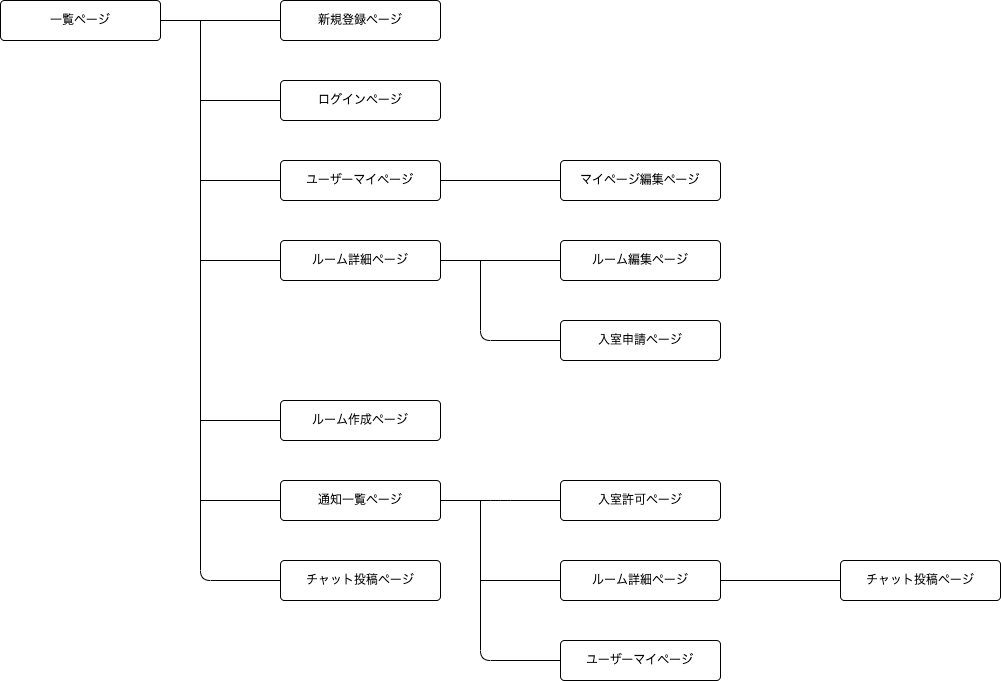
mocchio/esco keeps this draw.io diagram as esco_screen_transition.png. Above is the earlier version. Source tidied: cells renumbered, new cells last; positions are measured from the earlier drawing's top-left corner, leaving out a move shared by most shapes.
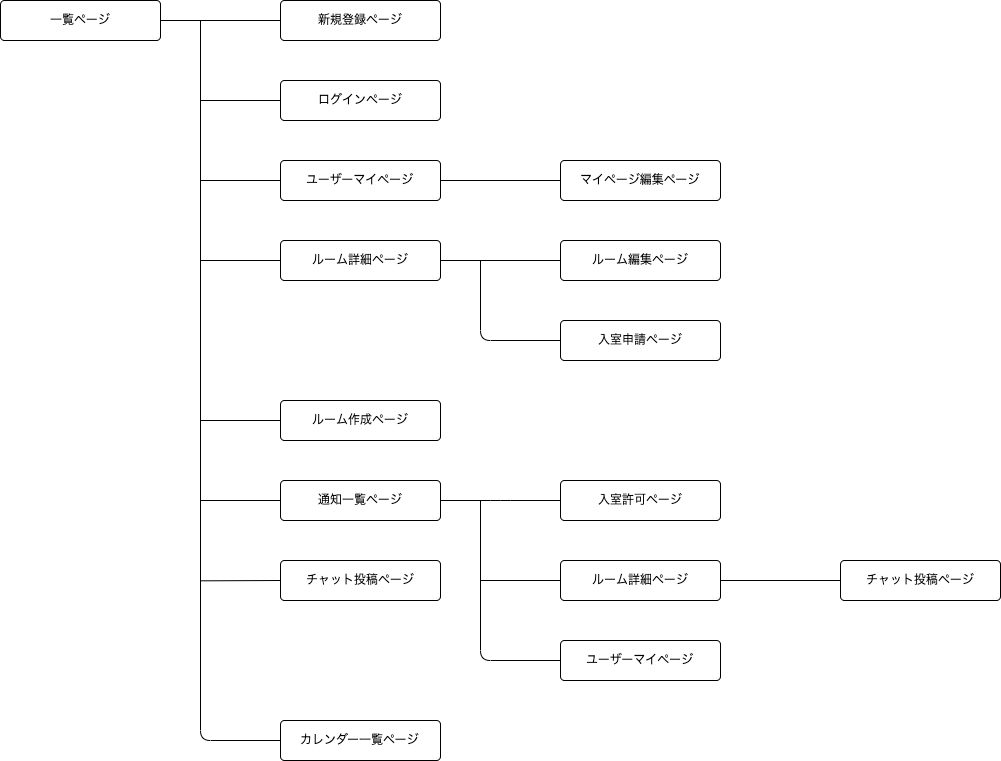
After the commit.

The edit, as a diff of the source:
```diff
@@ -5,11 +5,11 @@
     <mxCell id="2" style="edgeStyle=none;html=1;exitX=1;exitY=0.5;exitDx=0;exitDy=0;entryX=0;entryY=0.5;entryDx=0;entryDy=0;endArrow=none;endFill=0;" parent="1" edge="1" source="9" target="10">
       <mxGeometry relative="1" as="geometry" />
     </mxCell>
-    <mxCell id="3" style="edgeStyle=none;html=1;entryX=0;entryY=0.5;entryDx=0;entryDy=0;endArrow=none;endFill=0;" parent="1" edge="1" target="22">
+    <mxCell id="3" style="edgeStyle=none;html=1;endArrow=none;endFill=0;entryX=0;entryY=0.5;entryDx=0;entryDy=0;" parent="1" edge="1" target="32">
       <mxGeometry relative="1" as="geometry">
         <mxPoint x="200" y="20" as="sourcePoint" />
         <Array as="points">
-          <mxPoint x="200" y="580" />
+          <mxPoint x="200" y="740" />
         </Array>
       </mxGeometry>
     </mxCell>
@@ -93,6 +93,11 @@
     <mxCell id="21" value="通知一覧ページ" style="rounded=1;arcSize=10;whiteSpace=wrap;html=1;align=center;" parent="1" vertex="1">
       <mxGeometry x="280" y="480" width="160" height="40" as="geometry" />
     </mxCell>
+    <mxCell id="31" style="edgeStyle=none;html=1;exitX=0;exitY=0.5;exitDx=0;exitDy=0;endArrow=none;endFill=0;" parent="1" edge="1" source="22">
+      <mxGeometry relative="1" as="geometry">
+        <mxPoint x="200" y="580.3" as="targetPoint" />
+      </mxGeometry>
+    </mxCell>
     <mxCell id="22" value="チャット投稿ページ" style="rounded=1;arcSize=10;whiteSpace=wrap;html=1;align=center;" parent="1" vertex="1">
       <mxGeometry x="280" y="560" width="160" height="40" as="geometry" />
     </mxCell>
@@ -120,5 +125,8 @@
     <mxCell id="30" value="チャット投稿ページ" style="rounded=1;arcSize=10;whiteSpace=wrap;html=1;align=center;" parent="1" vertex="1">
       <mxGeometry x="840" y="560" width="160" height="40" as="geometry" />
     </mxCell>
+    <mxCell id="32" value="カレンダー一覧ページ" style="rounded=1;arcSize=10;whiteSpace=wrap;html=1;align=center;" parent="1" vertex="1">
+      <mxGeometry x="280" y="720" width="160" height="40" as="geometry" />
+    </mxCell>
   </root>
 </mxGraphModel>
```
